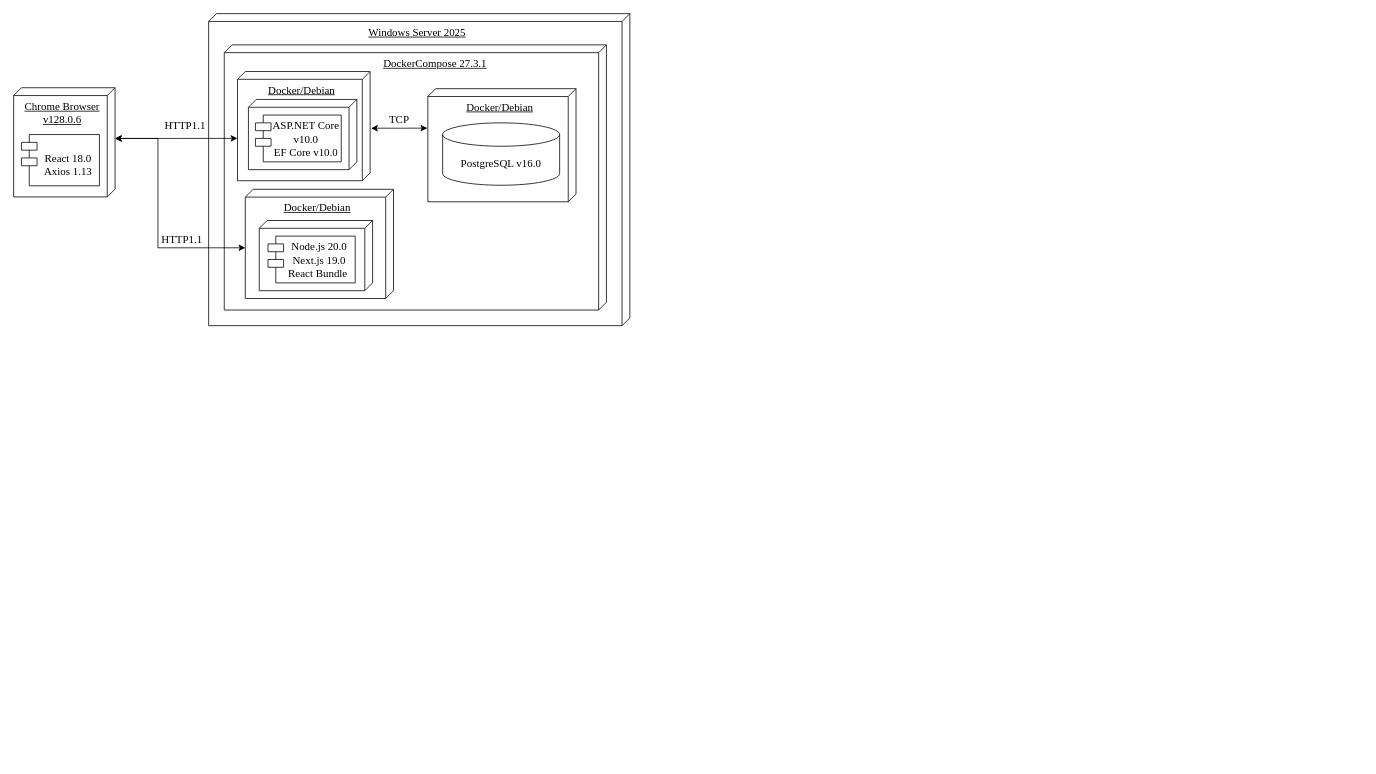
Before: page "Страница-1" (1 of 3) of Docs/Graph/arhit.drawio in N1i2/GuitarNotepade, a draw.io diagram. Source tidied: cells renumbered, new cells numbered last; positions are measured from the earlier drawing's top-left corner, leaving out a move shared by most shapes. Both pictures are drawn from the tidied source at 78%, with x=0, y=0 at pixel (13, 13).
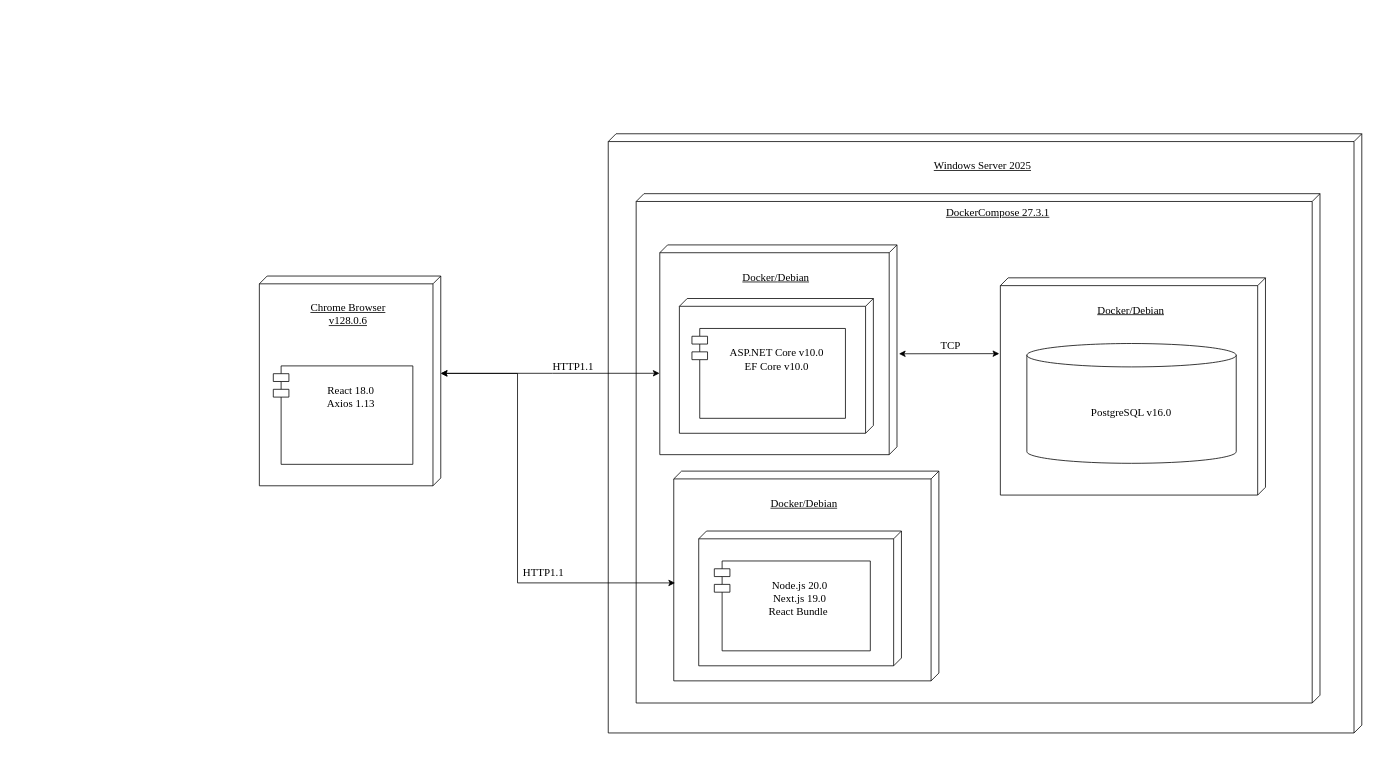
The same diagram, later.

The edit, as a diff of the source:
```diff
@@
-    <mxCell id="2" style="group;" parent="1" vertex="1">
-      <mxGeometry width="790" height="418.2" as="geometry" />
-    </mxCell>
+    <mxCell id="24" style="group;" parent="1" vertex="1">
+      <mxGeometry x="315" y="154" width="1413.4" height="803.1" as="geometry" />
+    </mxCell>
-    <mxCell id="3" value="&lt;span style=&quot;text-decoration-line: underline;&quot;&gt;Windows Server 2025&lt;/span&gt;" style="verticalAlign=top;align=center;shape=cube;size=10;direction=south;fontStyle=0;html=1;boundedLbl=1;spacingLeft=5;whiteSpace=wrap;fillColor=none;fontFamily=Times New Roman;fontSize=14;" parent="2" vertex="1">
-      <mxGeometry x="250" width="540" height="400" as="geometry" />
+    <mxCell id="3" value="&lt;div&gt;&lt;span style=&quot;text-decoration-line: underline;&quot;&gt;&lt;br&gt;&lt;/span&gt;&lt;/div&gt;&lt;span style=&quot;text-decoration-line: underline;&quot;&gt;Windows Server 2025&lt;/span&gt;" style="verticalAlign=top;align=center;shape=cube;size=10;direction=south;fontStyle=0;html=1;boundedLbl=1;spacingLeft=5;whiteSpace=wrap;fillColor=none;fontFamily=Times New Roman;fontSize=14;" parent="24" vertex="1">
+      <mxGeometry x="447.3" width="966.1" height="768.2" as="geometry" />
     </mxCell>
-    <mxCell id="4" value="&lt;u&gt;&lt;span style=&quot;white-space: pre;&quot;&gt;&#9;&lt;/span&gt;&lt;span style=&quot;white-space: pre;&quot;&gt;&#9;&lt;/span&gt;DockerCompose 27.3.1&lt;/u&gt;" style="verticalAlign=top;align=center;shape=cube;size=10;direction=south;fontStyle=0;html=1;boundedLbl=1;spacingLeft=5;whiteSpace=wrap;fillColor=none;fontFamily=Times New Roman;fontSize=14;" parent="2" vertex="1">
-      <mxGeometry x="270" y="40" width="490" height="340" as="geometry" />
+    <mxCell id="4" value="&lt;div&gt;&lt;u style=&quot;background-color: transparent; color: light-dark(rgb(0, 0, 0), rgb(255, 255, 255));&quot;&gt;&lt;span style=&quot;white-space: pre;&quot;&gt;&#9;&lt;/span&gt;&lt;span style=&quot;white-space: pre;&quot;&gt;&#9;&lt;/span&gt;DockerCompose 27.3.1&lt;/u&gt;&lt;/div&gt;" style="verticalAlign=top;align=center;shape=cube;size=10;direction=south;fontStyle=0;html=1;boundedLbl=1;spacingLeft=5;whiteSpace=wrap;fillColor=none;fontFamily=Times New Roman;fontSize=14;" parent="24" vertex="1">
+      <mxGeometry x="483.1" y="76.8" width="876.7" height="653" as="geometry" />
     </mxCell>
-    <mxCell id="5" value="&lt;u&gt;Docker/Debian&lt;/u&gt;" style="verticalAlign=top;align=center;shape=cube;size=10;direction=south;fontStyle=0;html=1;boundedLbl=1;spacingLeft=5;whiteSpace=wrap;fillColor=none;fontFamily=Times New Roman;fontSize=14;" parent="2" vertex="1">
-      <mxGeometry x="531" y="96.2" width="190" height="145" as="geometry" />
-    </mxCell>
-    <mxCell id="6" style="group;fillColor=none;fontFamily=Times New Roman;fontSize=14;" parent="2" vertex="1">
-      <mxGeometry y="55" width="130" height="170" as="geometry" />
-    </mxCell>
+    <mxCell id="25" value="&lt;div&gt;&lt;u&gt;&lt;br&gt;&lt;/u&gt;&lt;/div&gt;&lt;u&gt;Docker/Debian&lt;/u&gt;" style="verticalAlign=top;align=center;shape=cube;size=10;direction=south;fontStyle=0;html=1;boundedLbl=1;spacingLeft=5;whiteSpace=wrap;fillColor=none;fontFamily=Times New Roman;fontSize=14;" parent="24" vertex="1">
+      <mxGeometry x="950" y="184.7" width="339.9" height="278.5" as="geometry" />
+    </mxCell>
+    <mxCell id="26" style="group;fillColor=none;fontFamily=Times New Roman;fontSize=14;" parent="24" vertex="1">
+      <mxGeometry y="105.6" width="232.6" height="326.5" as="geometry" />
+    </mxCell>
-    <mxCell id="7" value="&lt;u&gt;Chrome Browser&lt;/u&gt;&lt;div&gt;&lt;u&gt;v128.0.6&lt;/u&gt;&lt;/div&gt;" style="verticalAlign=top;align=center;shape=cube;size=10;direction=south;fontStyle=0;html=1;boundedLbl=1;spacingLeft=5;whiteSpace=wrap;fillColor=none;fontFamily=Times New Roman;fontSize=14;" parent="6" vertex="1">
-      <mxGeometry y="40" width="130" height="140" as="geometry" />
+    <mxCell id="7" value="&lt;div&gt;&lt;u&gt;&lt;br&gt;&lt;/u&gt;&lt;/div&gt;&lt;u&gt;Chrome Browser&lt;/u&gt;&lt;div&gt;&lt;u&gt;v128.0.6&lt;/u&gt;&lt;/div&gt;" style="verticalAlign=top;align=center;shape=cube;size=10;direction=south;fontStyle=0;html=1;boundedLbl=1;spacingLeft=5;whiteSpace=wrap;fillColor=none;fontFamily=Times New Roman;fontSize=14;" parent="26" vertex="1">
+      <mxGeometry y="76.8" width="232.6" height="268.9" as="geometry" />
     </mxCell>
-    <mxCell id="8" value="&lt;div&gt;&lt;br&gt;&lt;/div&gt;&lt;div&gt;React 18.0&lt;/div&gt;&lt;div&gt;Axios 1.13&lt;/div&gt;" style="shape=module;align=left;spacingLeft=20;align=center;verticalAlign=top;whiteSpace=wrap;html=1;fillColor=none;fontFamily=Times New Roman;fontSize=14;" parent="6" vertex="1">
-      <mxGeometry x="10" y="100" width="100" height="65.7" as="geometry" />
+    <mxCell id="8" value="&lt;div&gt;&lt;br&gt;&lt;/div&gt;&lt;div&gt;React 18.0&lt;/div&gt;&lt;div&gt;Axios 1.13&lt;/div&gt;" style="shape=module;align=left;spacingLeft=20;align=center;verticalAlign=top;whiteSpace=wrap;html=1;fillColor=none;fontFamily=Times New Roman;fontSize=14;" parent="26" vertex="1">
+      <mxGeometry x="17.9" y="192" width="178.9" height="126.2" as="geometry" />
     </mxCell>
-    <mxCell id="9" style="group;fillColor=none;fontFamily=Times New Roman;fontSize=14;" parent="2" vertex="1">
-      <mxGeometry x="290" y="70" width="190" height="348.2" as="geometry" />
-    </mxCell>
+    <mxCell id="27" style="group;fillColor=none;fontFamily=Times New Roman;fontSize=14;" parent="24" vertex="1">
+      <mxGeometry x="518.8" y="134.4" width="339.9" height="668.7" as="geometry" />
+    </mxCell>
-    <mxCell id="10" value="&lt;u&gt;Docker/&lt;/u&gt;&lt;u&gt;Debian&lt;/u&gt;" style="verticalAlign=top;align=center;shape=cube;size=10;direction=south;fontStyle=0;html=1;boundedLbl=1;spacingLeft=5;whiteSpace=wrap;fillColor=none;fontFamily=Times New Roman;fontSize=14;" parent="9" vertex="1">
-      <mxGeometry x="-3" y="4.2" width="170" height="140" as="geometry" />
+    <mxCell id="10" value="&lt;div&gt;&lt;u&gt;&lt;br&gt;&lt;/u&gt;&lt;/div&gt;&lt;u&gt;Docker/&lt;/u&gt;&lt;u&gt;Debian&lt;/u&gt;" style="verticalAlign=top;align=center;shape=cube;size=10;direction=south;fontStyle=0;html=1;boundedLbl=1;spacingLeft=5;whiteSpace=wrap;fillColor=none;fontFamily=Times New Roman;fontSize=14;" parent="27" vertex="1">
+      <mxGeometry x="-5.4" y="8.1" width="304.1" height="268.9" as="geometry" />
     </mxCell>
-    <mxCell id="11" style="verticalAlign=top;align=center;shape=cube;size=10;direction=south;fontStyle=0;html=1;boundedLbl=1;spacingLeft=5;whiteSpace=wrap;fillColor=none;fontFamily=Times New Roman;fontSize=14;" parent="9" vertex="1">
-      <mxGeometry x="11" y="40" width="139" height="90" as="geometry" />
-    </mxCell>
+    <mxCell id="28" style="verticalAlign=top;align=center;shape=cube;size=10;direction=south;fontStyle=0;html=1;boundedLbl=1;spacingLeft=5;whiteSpace=wrap;fillColor=none;fontFamily=Times New Roman;fontSize=14;" parent="27" vertex="1">
+      <mxGeometry x="19.7" y="76.8" width="248.7" height="172.8" as="geometry" />
+    </mxCell>
-    <mxCell id="12" value="ASP.NET Core v10.0&lt;div&gt;EF Core v10.0&lt;/div&gt;" style="shape=module;align=left;spacingLeft=20;align=center;verticalAlign=top;whiteSpace=wrap;html=1;fillColor=none;fontFamily=Times New Roman;fontSize=14;" parent="9" vertex="1">
-      <mxGeometry x="20" y="60" width="110" height="60" as="geometry" />
+    <mxCell id="12" value="&lt;div&gt;&lt;br&gt;&lt;/div&gt;ASP.NET Core v10.0&lt;div&gt;EF Core v10.0&lt;/div&gt;" style="shape=module;align=left;spacingLeft=20;align=center;verticalAlign=top;whiteSpace=wrap;html=1;fillColor=none;fontFamily=Times New Roman;fontSize=14;" parent="27" vertex="1">
+      <mxGeometry x="35.8" y="115.2" width="196.8" height="115.2" as="geometry" />
     </mxCell>
-    <mxCell id="13" style="group;fillColor=none;fontFamily=Times New Roman;fontSize=14;" parent="9" vertex="1">
-      <mxGeometry x="7" y="155.2" width="190" height="190" as="geometry" />
-    </mxCell>
-    <mxCell id="14" value="&lt;u&gt;Docker/Debian&lt;/u&gt;" style="verticalAlign=top;align=center;shape=cube;size=10;direction=south;fontStyle=0;html=1;boundedLbl=1;spacingLeft=5;whiteSpace=wrap;fillColor=none;fontFamily=Times New Roman;fontSize=14;" parent="13" vertex="1">
-      <mxGeometry width="190" height="140" as="geometry" />
-    </mxCell>
-    <mxCell id="15" style="verticalAlign=top;align=center;shape=cube;size=10;direction=south;fontStyle=0;html=1;boundedLbl=1;spacingLeft=5;whiteSpace=wrap;fillColor=none;fontFamily=Times New Roman;fontSize=14;" parent="13" vertex="1">
-      <mxGeometry x="17.9" y="40" width="145.3" height="90" as="geometry" />
-    </mxCell>
+    <mxCell id="29" style="group;fillColor=none;fontFamily=Times New Roman;fontSize=14;" parent="27" vertex="1">
+      <mxGeometry x="12.5" y="298.1" width="339.9" height="364.9" as="geometry" />
+    </mxCell>
+    <mxCell id="30" value="&lt;div&gt;&lt;u&gt;&lt;br&gt;&lt;/u&gt;&lt;/div&gt;&lt;u&gt;Docker/Debian&lt;/u&gt;" style="verticalAlign=top;align=center;shape=cube;size=10;direction=south;fontStyle=0;html=1;boundedLbl=1;spacingLeft=5;whiteSpace=wrap;fillColor=none;fontFamily=Times New Roman;fontSize=14;" parent="29" vertex="1">
+      <mxGeometry width="339.9" height="268.9" as="geometry" />
+    </mxCell>
+    <mxCell id="31" style="verticalAlign=top;align=center;shape=cube;size=10;direction=south;fontStyle=0;html=1;boundedLbl=1;spacingLeft=5;whiteSpace=wrap;fillColor=none;fontFamily=Times New Roman;fontSize=14;" parent="29" vertex="1">
+      <mxGeometry x="32" y="76.8" width="259.9" height="172.8" as="geometry" />
+    </mxCell>
-    <mxCell id="16" value="&lt;div&gt;Node.js 20.0&lt;/div&gt;&lt;div&gt;Next.js 19.0&lt;/div&gt;React Bundle&amp;nbsp;" style="shape=module;align=left;spacingLeft=20;align=center;verticalAlign=top;whiteSpace=wrap;html=1;fillColor=none;fontFamily=Times New Roman;fontSize=14;" parent="13" vertex="1">
-      <mxGeometry x="29.1" y="60" width="111.8" height="60" as="geometry" />
+    <mxCell id="16" value="&lt;div&gt;&lt;br&gt;&lt;/div&gt;&lt;div&gt;Node.js 20.0&lt;/div&gt;&lt;div&gt;Next.js 19.0&lt;/div&gt;React Bundle&amp;nbsp;" style="shape=module;align=left;spacingLeft=20;align=center;verticalAlign=top;whiteSpace=wrap;html=1;fillColor=none;fontFamily=Times New Roman;fontSize=14;" parent="29" vertex="1">
+      <mxGeometry x="52" y="115.2" width="200" height="115.2" as="geometry" />
     </mxCell>
-    <mxCell id="17" value="PostgreSQL v16.0" style="shape=cylinder3;whiteSpace=wrap;html=1;boundedLbl=1;backgroundOutline=1;size=15;fillColor=none;fontFamily=Times New Roman;fontSize=14;" parent="2" vertex="1">
-      <mxGeometry x="550" y="140" width="150" height="80" as="geometry" />
+    <mxCell id="17" value="PostgreSQL v16.0" style="shape=cylinder3;whiteSpace=wrap;html=1;boundedLbl=1;backgroundOutline=1;size=15;fillColor=none;fontFamily=Times New Roman;fontSize=14;" parent="24" vertex="1">
+      <mxGeometry x="984" y="268.9" width="268.4" height="153.6" as="geometry" />
     </mxCell>
-    <mxCell id="18" value="HTTP1.1" style="text;html=1;whiteSpace=wrap;strokeColor=none;fillColor=none;align=center;verticalAlign=middle;rounded=0;fontFamily=Times New Roman;fontSize=14;" parent="2" vertex="1">
-      <mxGeometry x="190" y="130.2" width="60" height="30" as="geometry" />
-    </mxCell>
-    <mxCell id="19" value="HTTP1.1" style="text;html=1;whiteSpace=wrap;strokeColor=none;fillColor=none;align=center;verticalAlign=middle;rounded=0;fontFamily=Times New Roman;fontSize=14;" parent="2" vertex="1">
-      <mxGeometry x="186" y="275" width="60" height="30" as="geometry" />
-    </mxCell>
-    <mxCell id="20" style="endArrow=classic;startArrow=classic;html=1;rounded=0;entryX=0.519;entryY=-0.008;entryDx=0;entryDy=0;entryPerimeter=0;exitX=0.349;exitY=1.004;exitDx=0;exitDy=0;exitPerimeter=0;edgeStyle=orthogonalEdgeStyle;fontFamily=Times New Roman;fontSize=14;" parent="2" edge="1" source="5" target="10">
-      <mxGeometry relative="1" as="geometry">
-        <Array as="points">
-          <mxPoint x="529" y="147.2" />
-          <mxPoint x="510" y="147.2" />
-        </Array>
-      </mxGeometry>
-    </mxCell>
+    <mxCell id="32" value="HTTP1.1" style="text;html=1;whiteSpace=wrap;strokeColor=none;fillColor=none;align=center;verticalAlign=middle;rounded=0;fontFamily=Times New Roman;fontSize=14;" parent="24" vertex="1">
+      <mxGeometry x="349.4" y="269.8" width="107.3" height="57.6" as="geometry" />
+    </mxCell>
+    <mxCell id="33" value="HTTP1.1" style="text;html=1;whiteSpace=wrap;strokeColor=none;fillColor=none;align=center;verticalAlign=middle;rounded=0;fontFamily=Times New Roman;fontSize=14;" parent="24" vertex="1">
+      <mxGeometry x="311" y="535.4" width="107.3" height="57.6" as="geometry" />
+    </mxCell>
+    <mxCell id="34" style="endArrow=classic;startArrow=classic;html=1;rounded=0;entryX=0.519;entryY=-0.008;entryDx=0;entryDy=0;entryPerimeter=0;exitX=0.349;exitY=1.004;exitDx=0;exitDy=0;exitPerimeter=0;edgeStyle=orthogonalEdgeStyle;fontFamily=Times New Roman;fontSize=14;" parent="24" edge="1" source="25" target="10">
+      <mxGeometry relative="1" as="geometry">
+        <Array as="points">
+          <mxPoint x="946.4" y="282.7" />
+          <mxPoint x="912.4" y="282.7" />
+        </Array>
+      </mxGeometry>
+    </mxCell>
-    <mxCell id="21" value="TCP" style="edgeLabel;html=1;align=center;verticalAlign=middle;fontFamily=Times New Roman;fontSize=14;" parent="20" vertex="1">
+    <mxCell id="21" value="TCP" style="edgeLabel;html=1;align=center;verticalAlign=middle;fontFamily=Times New Roman;fontSize=14;" parent="34" vertex="1">
       <mxGeometry x="-0.1" y="-2" relative="1" as="geometry">
         <mxPoint x="-5" y="-8" as="offset" />
       </mxGeometry>
     </mxCell>
-    <mxCell id="22" style="endArrow=classic;html=1;rounded=0;edgeStyle=orthogonalEdgeStyle;entryX=0.612;entryY=1.001;entryDx=0;entryDy=0;entryPerimeter=0;startArrow=classic;startFill=1;exitX=0;exitY=0;exitDx=65;exitDy=0;exitPerimeter=0;fontFamily=Times New Roman;fontSize=14;" parent="2" edge="1" source="7" target="10">
+    <mxCell id="22" style="endArrow=classic;html=1;rounded=0;edgeStyle=orthogonalEdgeStyle;entryX=0.612;entryY=1.001;entryDx=0;entryDy=0;entryPerimeter=0;startArrow=classic;startFill=1;fontFamily=Times New Roman;fontSize=14;" parent="24" edge="1" source="7" target="10">
       <mxGeometry relative="1" as="geometry">
         <Array as="points">
-          <mxPoint x="210" y="160.2" />
-          <mxPoint x="290" y="160.2" />
+          <mxPoint x="376" y="308" />
         </Array>
       </mxGeometry>
     </mxCell>
-    <mxCell id="23" style="endArrow=classic;html=1;rounded=0;edgeStyle=orthogonalEdgeStyle;entryX=0;entryY=0;entryDx=75;entryDy=190;entryPerimeter=0;exitX=0;exitY=0;exitDx=65;exitDy=0;exitPerimeter=0;startArrow=classic;startFill=1;fontFamily=Times New Roman;fontSize=14;" parent="2" edge="1" source="7" target="14">
-      <mxGeometry relative="1" as="geometry">
-        <Array as="points">
-          <mxPoint x="185" y="160" />
-          <mxPoint x="185" y="300" />
-          <mxPoint x="297" y="300" />
-        </Array>
-      </mxGeometry>
-    </mxCell>
+    <mxCell id="35" style="endArrow=classic;html=1;rounded=0;edgeStyle=orthogonalEdgeStyle;entryX=0.533;entryY=0.995;entryDx=0;entryDy=0;entryPerimeter=0;startArrow=classic;startFill=1;fontFamily=Times New Roman;fontSize=14;" parent="24" edge="1" target="30">
+      <mxGeometry relative="1" as="geometry">
+        <mxPoint x="232.6" y="307.3" as="sourcePoint" />
+        <Array as="points">
+          <mxPoint x="233" y="307" />
+          <mxPoint x="331" y="307" />
+          <mxPoint x="331" y="576" />
+        </Array>
+      </mxGeometry>
+    </mxCell>
```
